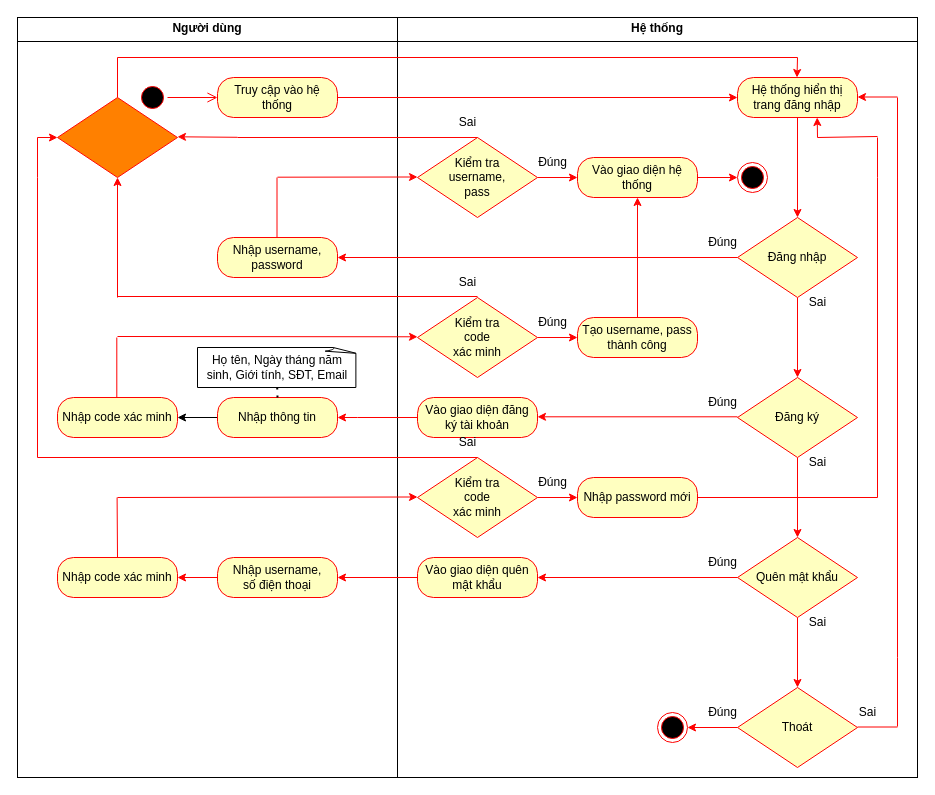
Above: Sơ đồ hoạt động UC đăng nhập.drawio in HaojackYT/DAA_SA (draw.io), before the change. Source tidied: cells renumbered, new cells numbered last; positions are measured from the earlier drawing's top-left corner, leaving out a move shared by most shapes. Both pictures are drawn from the tidied source at 100%, with x=0, y=0 at pixel (17, 17).
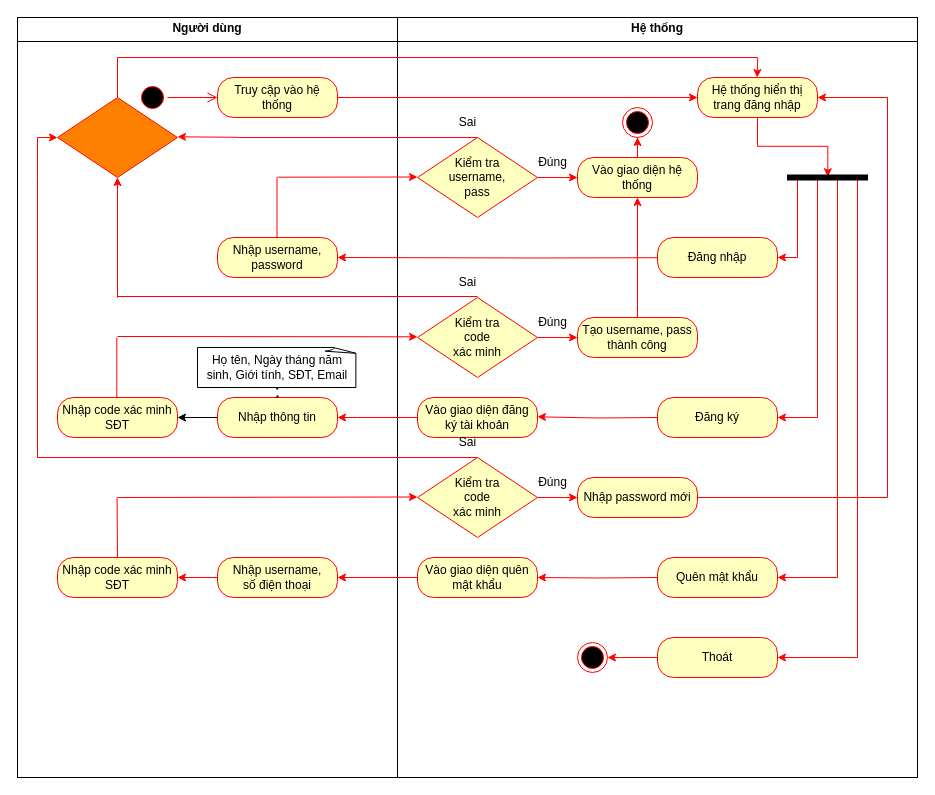
The same diagram, later.

Unchanged cells that the change refers to:
```xml
<mxCell id="31" value="Nhập username,&lt;br&gt;password" style="rounded=1;whiteSpace=wrap;html=1;arcSize=40;fontColor=#000000;fillColor=#ffffc0;strokeColor=#ff0000;" parent="1" vertex="1">
  <mxGeometry x="200" y="220" width="120" height="40" as="geometry" />
</mxCell>
<mxCell id="53" value="Vào giao diện quên mật khẩu" style="rounded=1;whiteSpace=wrap;html=1;arcSize=40;fontColor=#000000;fillColor=#ffffc0;strokeColor=#ff0000;" parent="1" vertex="1">
  <mxGeometry x="400" y="540" width="120" height="40" as="geometry" />
</mxCell>
<mxCell id="54" value="Nhập password mới" style="rounded=1;whiteSpace=wrap;html=1;arcSize=40;fontColor=#000000;fillColor=#ffffc0;strokeColor=#ff0000;" parent="1" vertex="1">
  <mxGeometry x="560" y="460" width="120" height="40" as="geometry" />
</mxCell>
```

Change to the diagram source:
```diff
@@
-    <mxCell id="9" style="edgeStyle=orthogonalEdgeStyle;rounded=0;jettySize=auto;html=1;entryX=0.5;entryY=0;entryDx=0;entryDy=0;strokeColor=#FF0000;" parent="1" edge="1" source="10" target="13">
+    <mxCell id="9" style="edgeStyle=orthogonalEdgeStyle;rounded=0;jettySize=auto;html=1;strokeColor=#FF0000;entryX=0.352;entryY=0.496;entryDx=0;entryDy=0;entryPerimeter=0;" parent="1" edge="1" source="10" target="94">
       <mxGeometry relative="1" as="geometry" />
     </mxCell>
     <mxCell id="10" value="Hệ thống hiển thị trang đăng nhập" style="rounded=1;whiteSpace=wrap;html=1;arcSize=40;fontColor=#000000;fillColor=#ffffc0;strokeColor=#ff0000;" parent="1" vertex="1">
-      <mxGeometry x="720" y="60" width="120" height="40" as="geometry" />
+      <mxGeometry x="680" y="60" width="120" height="40" as="geometry" />
     </mxCell>
-    <mxCell id="11" style="edgeStyle=orthogonalEdgeStyle;rounded=0;jettySize=auto;html=1;strokeColor=#FF0000;" parent="1" edge="1" source="13" target="16">
-      <mxGeometry relative="1" as="geometry" />
-    </mxCell>
-    <mxCell id="12" style="edgeStyle=orthogonalEdgeStyle;rounded=0;jettySize=auto;html=1;entryX=1;entryY=0.5;entryDx=0;entryDy=0;strokeColor=#FF0000;" parent="1" edge="1" source="13" target="31">
-      <mxGeometry relative="1" as="geometry" />
+    <mxCell id="12" style="edgeStyle=orthogonalEdgeStyle;rounded=0;jettySize=auto;html=1;entryX=1;entryY=0.5;entryDx=0;entryDy=0;strokeColor=#FF0000;" parent="1" edge="1" target="31">
+      <mxGeometry relative="1" as="geometry">
+        <mxPoint x="720" y="240" as="sourcePoint" />
+      </mxGeometry>
     </mxCell>
-    <mxCell id="13" value="Đăng nhập" style="rhombus;whiteSpace=wrap;html=1;fontColor=#000000;fillColor=#ffffc0;strokeColor=#ff0000;" parent="1" vertex="1">
-      <mxGeometry x="720" y="200" width="120" height="80" as="geometry" />
-    </mxCell>
-    <mxCell id="14" style="edgeStyle=orthogonalEdgeStyle;rounded=0;jettySize=auto;html=1;strokeColor=#FF0000;" parent="1" edge="1" source="16" target="19">
-      <mxGeometry relative="1" as="geometry" />
-    </mxCell>
     <mxCell id="15" style="edgeStyle=orthogonalEdgeStyle;rounded=0;orthogonalLoop=1;jettySize=auto;html=1;entryX=1;entryY=0.5;entryDx=0;entryDy=0;strokeColor=#FF0000;" parent="1" edge="1">
       <mxGeometry relative="1" as="geometry">
-        <mxPoint x="720" y="399.3" as="sourcePoint" />
+        <mxPoint x="640" y="400" as="sourcePoint" />
         <mxPoint x="520" y="399.3" as="targetPoint" />
       </mxGeometry>
     </mxCell>
-    <mxCell id="16" value="Đăng ký" style="rhombus;whiteSpace=wrap;html=1;fontColor=#000000;fillColor=#ffffc0;strokeColor=#ff0000;" parent="1" vertex="1">
-      <mxGeometry x="720" y="360" width="120" height="80" as="geometry" />
-    </mxCell>
-    <mxCell id="17" style="edgeStyle=orthogonalEdgeStyle;rounded=0;jettySize=auto;html=1;strokeColor=#FF0000;" parent="1" edge="1" source="19" target="21">
-      <mxGeometry relative="1" as="geometry" />
-    </mxCell>
-    <mxCell id="18" style="edgeStyle=orthogonalEdgeStyle;rounded=0;jettySize=auto;html=1;entryX=1;entryY=0.5;entryDx=0;entryDy=0;strokeColor=#FF0000;" parent="1" edge="1" source="19" target="53">
-      <mxGeometry relative="1" as="geometry" />
+    <mxCell id="18" style="edgeStyle=orthogonalEdgeStyle;rounded=0;jettySize=auto;html=1;entryX=1;entryY=0.5;entryDx=0;entryDy=0;strokeColor=#FF0000;" parent="1" edge="1" target="53">
+      <mxGeometry relative="1" as="geometry">
+        <mxPoint x="640" y="560" as="sourcePoint" />
+      </mxGeometry>
     </mxCell>
-    <mxCell id="19" value="Quên mật khẩu" style="rhombus;whiteSpace=wrap;html=1;fontColor=#000000;fillColor=#ffffc0;strokeColor=#ff0000;" parent="1" vertex="1">
-      <mxGeometry x="720" y="520" width="120" height="80" as="geometry" />
-    </mxCell>
-    <mxCell id="20" style="edgeStyle=orthogonalEdgeStyle;rounded=0;jettySize=auto;html=1;strokeColor=#FF0000;" parent="1" edge="1" source="21" target="27">
-      <mxGeometry relative="1" as="geometry" />
-    </mxCell>
-    <mxCell id="21" value="Thoát" style="rhombus;whiteSpace=wrap;html=1;fontColor=#000000;fillColor=#ffffc0;strokeColor=#ff0000;" parent="1" vertex="1">
-      <mxGeometry x="720" y="670" width="120" height="80" as="geometry" />
-    </mxCell>
-    <mxCell id="22" style="edgeStyle=orthogonalEdgeStyle;rounded=0;orthogonalLoop=1;jettySize=auto;html=1;exitX=0.5;exitY=1;exitDx=0;exitDy=0;" parent="1" edge="1" source="19" target="19">
-      <mxGeometry relative="1" as="geometry" />
+    <mxCell id="22" style="edgeStyle=orthogonalEdgeStyle;rounded=0;orthogonalLoop=1;jettySize=auto;html=1;exitX=0.5;exitY=1;exitDx=0;exitDy=0;" parent="1" edge="1">
+      <mxGeometry relative="1" as="geometry">
+        <mxPoint x="780" y="600" as="sourcePoint" />
+        <mxPoint x="780" y="600" as="targetPoint" />
+      </mxGeometry>
     </mxCell>
-    <mxCell id="23" style="edgeStyle=orthogonalEdgeStyle;rounded=0;orthogonalLoop=1;jettySize=auto;html=1;exitX=0.5;exitY=1;exitDx=0;exitDy=0;" parent="1" edge="1" source="19" target="19">
-      <mxGeometry relative="1" as="geometry" />
+    <mxCell id="23" style="edgeStyle=orthogonalEdgeStyle;rounded=0;orthogonalLoop=1;jettySize=auto;html=1;exitX=0.5;exitY=1;exitDx=0;exitDy=0;" parent="1" edge="1">
+      <mxGeometry relative="1" as="geometry">
+        <mxPoint x="780" y="600" as="sourcePoint" />
+        <mxPoint x="780" y="600" as="targetPoint" />
+      </mxGeometry>
     </mxCell>
-    <mxCell id="24" style="edgeStyle=orthogonalEdgeStyle;rounded=0;orthogonalLoop=1;jettySize=auto;html=1;exitX=0.5;exitY=1;exitDx=0;exitDy=0;" parent="1" edge="1" source="21" target="21">
-      <mxGeometry relative="1" as="geometry" />
+    <mxCell id="24" style="edgeStyle=orthogonalEdgeStyle;rounded=0;orthogonalLoop=1;jettySize=auto;html=1;exitX=0.5;exitY=1;exitDx=0;exitDy=0;" parent="1" edge="1">
+      <mxGeometry relative="1" as="geometry">
+        <mxPoint x="780" y="750" as="sourcePoint" />
+        <mxPoint x="780" y="750" as="targetPoint" />
+      </mxGeometry>
     </mxCell>
@@
-    <mxCell id="27" style="ellipse;html=1;shape=endState;fillColor=#000000;strokeColor=#ff0000;" parent="1" vertex="1">
-      <mxGeometry x="640" y="695" width="30" height="30" as="geometry" />
-    </mxCell>
@@
     <mxCell id="30" style="ellipse;html=1;shape=endState;fillColor=#000000;strokeColor=#ff0000;" parent="1" vertex="1">
-      <mxGeometry x="720" y="145" width="30" height="30" as="geometry" />
+      <mxGeometry x="605" y="90" width="30" height="30" as="geometry" />
     </mxCell>
@@
-    <mxCell id="34" value="Nhập code xác minh" style="rounded=1;whiteSpace=wrap;html=1;arcSize=40;fontColor=#000000;fillColor=#ffffc0;strokeColor=#ff0000;" parent="1" vertex="1">
+    <mxCell id="34" value="Nhập code xác minh&lt;br&gt;SĐT" style="rounded=1;whiteSpace=wrap;html=1;arcSize=40;fontColor=#000000;fillColor=#ffffc0;strokeColor=#ff0000;" parent="1" vertex="1">
       <mxGeometry x="40" y="380" width="120" height="40" as="geometry" />
     </mxCell>
@@
-    <mxCell id="43" value="Nhập code xác minh" style="rounded=1;whiteSpace=wrap;html=1;arcSize=40;fontColor=#000000;fillColor=#ffffc0;strokeColor=#ff0000;" parent="1" vertex="1">
+    <mxCell id="43" value="Nhập code xác minh&lt;br&gt;SĐT" style="rounded=1;whiteSpace=wrap;html=1;arcSize=40;fontColor=#000000;fillColor=#ffffc0;strokeColor=#ff0000;" parent="1" vertex="1">
       <mxGeometry x="40" y="540" width="120" height="40" as="geometry" />
     </mxCell>
@@
+    <mxCell id="89" style="edgeStyle=orthogonalEdgeStyle;rounded=0;jettySize=auto;html=1;entryX=1;entryY=0.5;entryDx=0;entryDy=0;strokeColor=#FF0500;" parent="1" edge="1" source="54" target="10">
+      <mxGeometry relative="1" as="geometry">
+        <Array as="points">
+          <mxPoint x="870" y="480" />
+          <mxPoint x="870" y="80" />
+        </Array>
+      </mxGeometry>
+    </mxCell>
@@
-    <mxCell id="62" style="endArrow=none;html=1;rounded=0;strokeColor=#FF0000;" parent="1" edge="1">
-      <mxGeometry relative="1" as="geometry">
-        <mxPoint x="840" y="709.5" as="sourcePoint" />
-        <mxPoint x="880" y="709.5" as="targetPoint" />
-      </mxGeometry>
-    </mxCell>
-    <mxCell id="63" style="endArrow=none;html=1;rounded=0;strokeColor=#FF0000;" parent="1" edge="1">
-      <mxGeometry relative="1" as="geometry">
-        <mxPoint x="880" y="709" as="sourcePoint" />
-        <mxPoint x="880" y="80" as="targetPoint" />
-        <Array as="points">
-          <mxPoint x="880" y="640" />
-        </Array>
-      </mxGeometry>
-    </mxCell>
-    <mxCell id="64" style="endArrow=classic;html=1;rounded=0;strokeColor=#FF0000;" parent="1" edge="1">
-      <mxGeometry relative="1" as="geometry">
-        <mxPoint x="880" y="79.5" as="sourcePoint" />
-        <mxPoint x="840" y="79.5" as="targetPoint" />
-      </mxGeometry>
-    </mxCell>
@@
     <mxCell id="66" style="endArrow=classic;html=1;rounded=0;strokeColor=#FF0000;" parent="1" edge="1">
       <mxGeometry relative="1" as="geometry">
-        <mxPoint x="780" y="40" as="sourcePoint" />
-        <mxPoint x="779.5" y="60" as="targetPoint" />
+        <mxPoint x="740.2" y="40" as="sourcePoint" />
+        <mxPoint x="739.7" y="60" as="targetPoint" />
       </mxGeometry>
     </mxCell>
     <mxCell id="67" style="endArrow=none;html=1;rounded=0;strokeColor=#FF0000;" parent="1" edge="1">
       <mxGeometry relative="1" as="geometry">
         <mxPoint x="100" y="40" as="sourcePoint" />
-        <mxPoint x="780" y="40" as="targetPoint" />
+        <mxPoint x="740" y="40" as="targetPoint" />
       </mxGeometry>
     </mxCell>
-    <mxCell id="68" value="Đúng" style="text;html=1;align=center;verticalAlign=middle;strokeColor=none;fillColor=none;" parent="1" vertex="1">
-      <mxGeometry x="680" y="210" width="50" height="30" as="geometry" />
-    </mxCell>
-    <mxCell id="69" value="Sai" style="text;html=1;align=center;verticalAlign=middle;strokeColor=none;fillColor=none;" parent="1" vertex="1">
-      <mxGeometry x="780" y="270" width="40" height="30" as="geometry" />
-    </mxCell>
-    <mxCell id="70" value="Đúng" style="text;html=1;align=center;verticalAlign=middle;strokeColor=none;fillColor=none;" parent="1" vertex="1">
-      <mxGeometry x="680" y="370" width="50" height="30" as="geometry" />
-    </mxCell>
-    <mxCell id="71" value="Đúng" style="text;html=1;align=center;verticalAlign=middle;strokeColor=none;fillColor=none;" parent="1" vertex="1">
-      <mxGeometry x="680" y="530" width="50" height="30" as="geometry" />
-    </mxCell>
-    <mxCell id="72" value="Sai" style="text;html=1;align=center;verticalAlign=middle;strokeColor=none;fillColor=none;" parent="1" vertex="1">
-      <mxGeometry x="780" y="430" width="40" height="30" as="geometry" />
-    </mxCell>
-    <mxCell id="73" value="Sai" style="text;html=1;align=center;verticalAlign=middle;strokeColor=none;fillColor=none;" parent="1" vertex="1">
-      <mxGeometry x="780" y="590" width="40" height="30" as="geometry" />
-    </mxCell>
-    <mxCell id="74" value="Đúng" style="text;html=1;align=center;verticalAlign=middle;strokeColor=none;fillColor=none;" parent="1" vertex="1">
-      <mxGeometry x="680" y="680" width="50" height="30" as="geometry" />
-    </mxCell>
-    <mxCell id="75" value="Sai" style="text;html=1;align=center;verticalAlign=middle;strokeColor=none;fillColor=none;" parent="1" vertex="1">
-      <mxGeometry x="830" y="680" width="40" height="30" as="geometry" />
-    </mxCell>
@@
-    <mxCell id="82" style="endArrow=none;html=1;rounded=0;strokeColor=#FF0000;" parent="1" edge="1">
-      <mxGeometry relative="1" as="geometry">
-        <mxPoint x="680" y="480" as="sourcePoint" />
-        <mxPoint x="860" y="480" as="targetPoint" />
-      </mxGeometry>
-    </mxCell>
-    <mxCell id="83" style="endArrow=none;html=1;rounded=0;strokeColor=#FF0000;" parent="1" edge="1">
-      <mxGeometry relative="1" as="geometry">
-        <mxPoint x="860" y="480" as="sourcePoint" />
-        <mxPoint x="860" y="160" as="targetPoint" />
-      </mxGeometry>
-    </mxCell>
-    <mxCell id="84" style="endArrow=classic;html=1;rounded=0;strokeColor=#FF0000;" parent="1" edge="1">
-      <mxGeometry relative="1" as="geometry">
-        <mxPoint x="800" y="120" as="sourcePoint" />
-        <mxPoint x="799.7" y="100" as="targetPoint" />
-      </mxGeometry>
-    </mxCell>
-    <mxCell id="85" style="endArrow=none;html=1;rounded=0;strokeColor=#FF0000;" parent="1" edge="1">
-      <mxGeometry relative="1" as="geometry">
-        <mxPoint x="800" y="120" as="sourcePoint" />
-        <mxPoint x="860" y="119" as="targetPoint" />
-      </mxGeometry>
-    </mxCell>
@@
-    <mxCell id="88" style="endArrow=none;html=1;rounded=0;strokeColor=#FF0000;" parent="1" edge="1">
-      <mxGeometry relative="1" as="geometry">
-        <mxPoint x="860" y="120" as="sourcePoint" />
-        <mxPoint x="860" y="160" as="targetPoint" />
-      </mxGeometry>
-    </mxCell>
+    <mxCell id="13" value="Đăng nhập" style="rounded=1;whiteSpace=wrap;html=1;arcSize=40;fontColor=#000000;fillColor=#ffffc0;strokeColor=#ff0000;" parent="1" vertex="1">
+      <mxGeometry x="640" y="220" width="120" height="40" as="geometry" />
+    </mxCell>
+    <mxCell id="16" value="Đăng ký" style="rounded=1;whiteSpace=wrap;html=1;arcSize=40;fontColor=#000000;fillColor=#ffffc0;strokeColor=#ff0000;" parent="1" vertex="1">
+      <mxGeometry x="640" y="380" width="120" height="40" as="geometry" />
+    </mxCell>
+    <mxCell id="19" value="Quên mật khẩu" style="rounded=1;whiteSpace=wrap;html=1;arcSize=40;fontColor=#000000;fillColor=#ffffc0;strokeColor=#ff0000;" parent="1" vertex="1">
+      <mxGeometry x="640" y="540" width="120" height="40" as="geometry" />
+    </mxCell>
+    <mxCell id="90" style="edgeStyle=orthogonalEdgeStyle;rounded=0;jettySize=auto;html=1;entryX=1;entryY=0.5;entryDx=0;entryDy=0;strokeColor=#FF0500;" parent="1" edge="1" target="13">
+      <mxGeometry relative="1" as="geometry">
+        <mxPoint x="780" y="162.5" as="sourcePoint" />
+        <Array as="points">
+          <mxPoint x="780" y="240" />
+        </Array>
+      </mxGeometry>
+    </mxCell>
+    <mxCell id="91" style="edgeStyle=orthogonalEdgeStyle;rounded=0;orthogonalLoop=1;jettySize=auto;html=1;entryX=1;entryY=0.5;entryDx=0;entryDy=0;strokeColor=#FF0500;" parent="1" edge="1">
+      <mxGeometry relative="1" as="geometry">
+        <mxPoint x="800" y="162.5" as="sourcePoint" />
+        <mxPoint x="760" y="400" as="targetPoint" />
+        <Array as="points">
+          <mxPoint x="800" y="400" />
+        </Array>
+      </mxGeometry>
+    </mxCell>
+    <mxCell id="92" style="edgeStyle=orthogonalEdgeStyle;rounded=0;jettySize=auto;html=1;entryX=1;entryY=0.5;entryDx=0;entryDy=0;strokeColor=#FF0500;" parent="1" edge="1" source="94" target="19">
+      <mxGeometry relative="1" as="geometry">
+        <Array as="points">
+          <mxPoint x="820" y="560" />
+        </Array>
+      </mxGeometry>
+    </mxCell>
+    <mxCell id="93" style="edgeStyle=orthogonalEdgeStyle;rounded=0;jettySize=auto;html=1;entryX=1;entryY=0.5;entryDx=0;entryDy=0;strokeColor=#FF0500;" parent="1" edge="1" target="21">
+      <mxGeometry relative="1" as="geometry">
+        <mxPoint x="840" y="162.5" as="sourcePoint" />
+        <Array as="points">
+          <mxPoint x="840" y="640" />
+        </Array>
+      </mxGeometry>
+    </mxCell>
+    <mxCell id="94" style="html=1;points=[];perimeter=orthogonalPerimeter;fillColor=strokeColor;direction=south;" parent="1" vertex="1">
+      <mxGeometry x="770" y="157.5" width="80" height="5" as="geometry" />
+    </mxCell>
+    <mxCell id="95" style="edgeStyle=orthogonalEdgeStyle;rounded=0;jettySize=auto;html=1;strokeColor=#FF0500;" parent="1" edge="1" source="21" target="96">
+      <mxGeometry relative="1" as="geometry" />
+    </mxCell>
+    <mxCell id="21" value="Thoát" style="rounded=1;whiteSpace=wrap;html=1;arcSize=40;fontColor=#000000;fillColor=#ffffc0;strokeColor=#ff0000;" parent="1" vertex="1">
+      <mxGeometry x="640" y="620" width="120" height="40" as="geometry" />
+    </mxCell>
+    <mxCell id="96" style="ellipse;html=1;shape=endState;fillColor=#000000;strokeColor=#ff0000;" parent="1" vertex="1">
+      <mxGeometry x="560" y="625" width="30" height="30" as="geometry" />
+    </mxCell>
```
